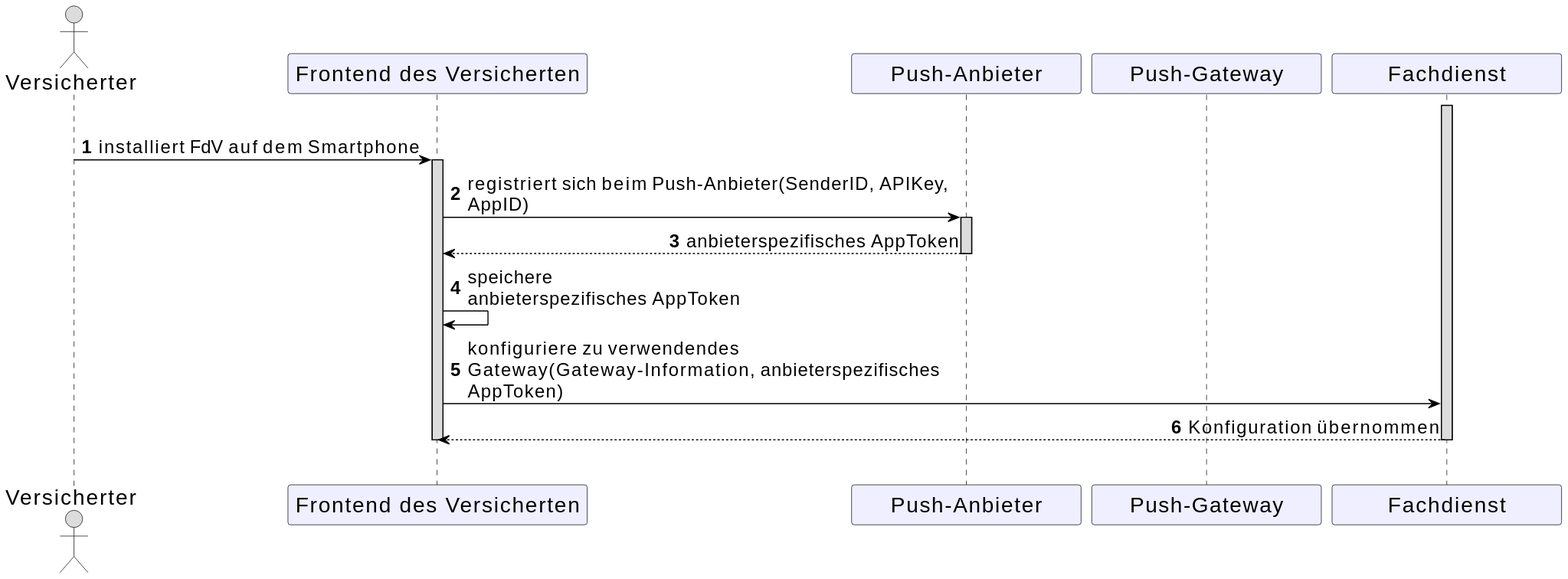
The PlantUML diagram images/diagrams/TI-M_ePA/push_notifications_fdv_registration.svg in gematik/api-ti-messenger, before a commit. Its diagram source:
```plantuml
@startuml
skinparam sequenceMessageAlign direction
skinparam minClassWidth 200
skinparam BoxPadding 1
skinparam sequenceReferenceHeaderBackgroundColor palegreen
scale max 2048 width
skinparam maxMessageSize 450

skinparam sequence {
ArrowColor black
ArrowFontSize 17
ActorBorderColor black
LifeLineBorderColor black
LifeLineBackgroundColor Gainsboro

ParticipantBorderColor Motivation
ParticipantBackgroundColor Motivation
ParticipantFontSize 20
ParticipantFontColor black
ParticipantBorderColor Black
ParticipantBackgroundColor MOTIVATION

ActorBackgroundColor Gainsboro
ActorFontColor black
ActorFontSize 20
}
autonumber

actor v as "Versicherter"
participant fdv as "Frontend des Versicherten"
participant pa as "Push-Anbieter"
participant pg as "Push-Gateway"
participant fd as "Fachdienst"

|||
  activate fd
  v->fdv: installiert FdV auf dem Smartphone
  activate fdv
  fdv->pa: registriert sich beim Push-Anbieter(SenderID, APIKey, AppID)
  activate pa
  pa-->fdv: anbieterspezifisches AppToken
  deactivate pa
  fdv->fdv: speichere \nanbieterspezifisches AppToken
  fdv->fd: konfiguriere zu verwendendes Gateway(Gateway-Information, anbieterspezifisches AppToken)
  fd-->fdv: Konfiguration übernommen
|||

  deactivate fd
  deactivate fdv
@enduml
```
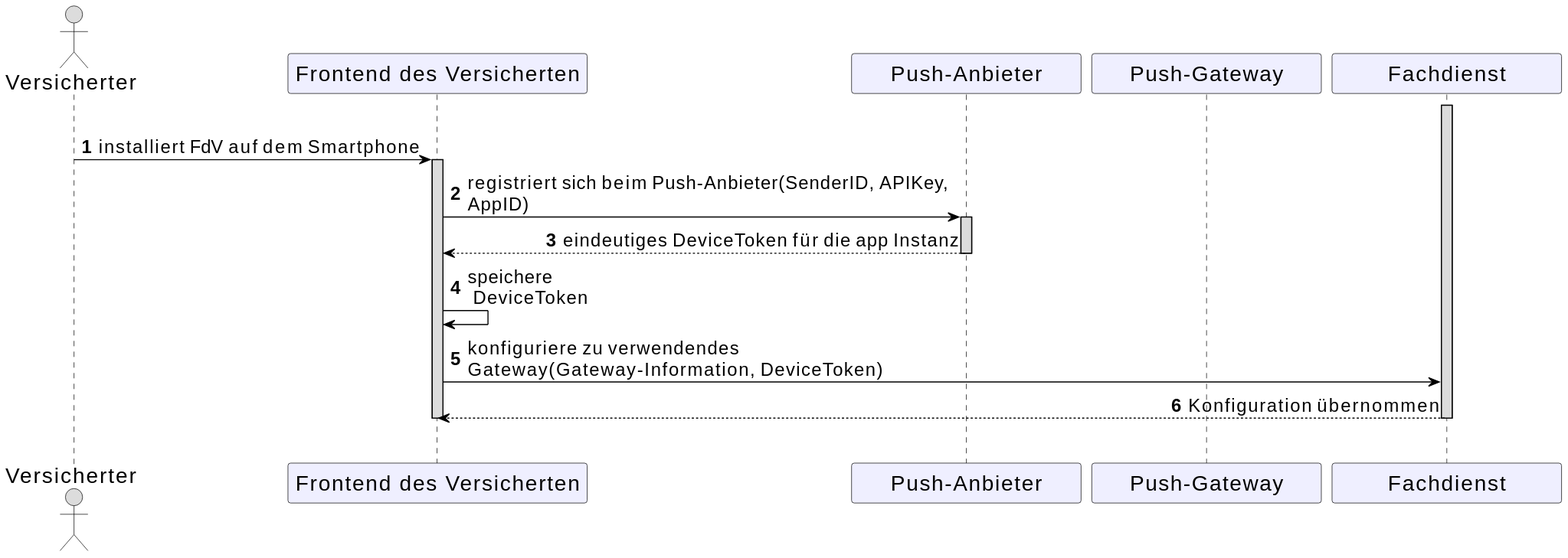
The same diagram one commit later.

What changed in the source:
```diff
@@ -38,10 +38,10 @@
   activate fdv
   fdv->pa: registriert sich beim Push-Anbieter(SenderID, APIKey, AppID)
   activate pa
-  pa-->fdv: anbieterspezifisches AppToken
+  pa-->fdv: eindeutiges DeviceToken für die app Instanz
   deactivate pa
-  fdv->fdv: speichere \nanbieterspezifisches AppToken
-  fdv->fd: konfiguriere zu verwendendes Gateway(Gateway-Information, anbieterspezifisches AppToken)
+  fdv->fdv: speichere \n DeviceToken
+  fdv->fd: konfiguriere zu verwendendes Gateway(Gateway-Information, DeviceToken)
   fd-->fdv: Konfiguration übernommen
 |||
 
```
